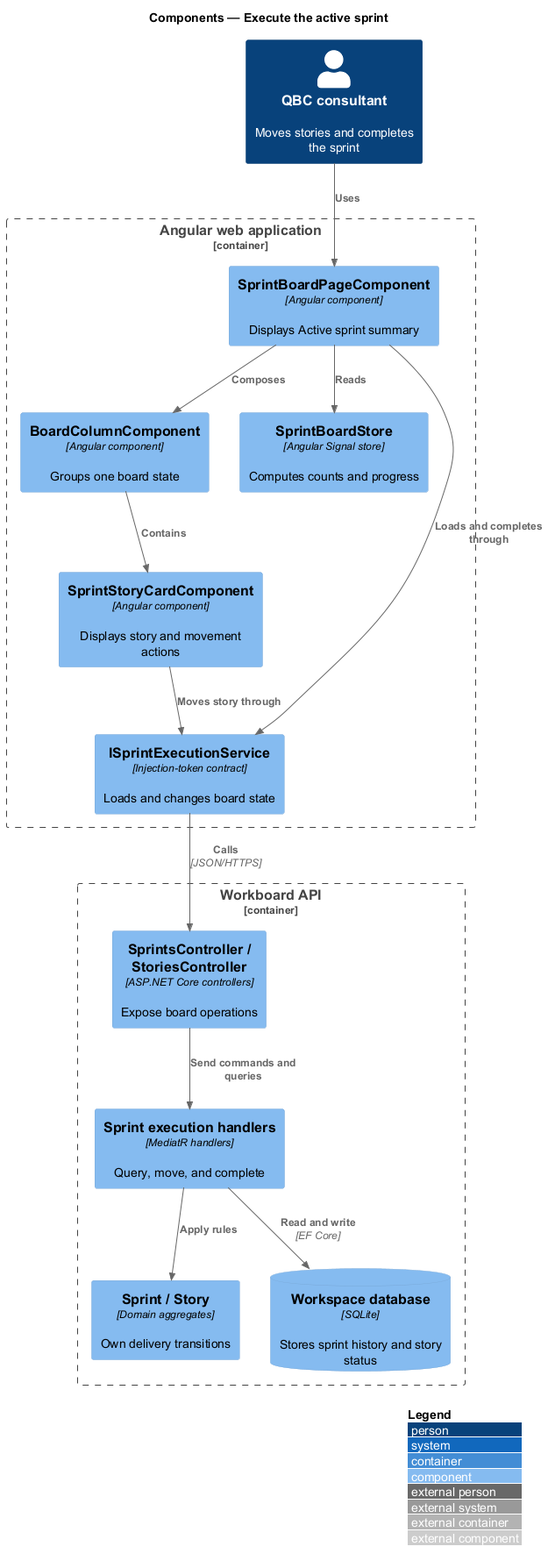
QuinntyneBrown/quinntyne-brown-consulting keeps this PlantUML diagram as docs/detailed-designs/delivery/execute-active-sprint/diagrams/c4-component.png. Above is the earlier version. Source of this version:
```plantuml
@startuml
!include <C4/C4_Component>
LAYOUT_WITH_LEGEND()
title Components — Execute the active sprint

Person(consultant, "QBC consultant", "Moves stories and completes the sprint")
Container_Boundary(spa, "Angular web application") {
  Component(page, "SprintBoardPageComponent", "Angular component", "Displays Active sprint summary")
  Component(column, "BoardColumnComponent", "Angular component", "Groups one board state")
  Component(card, "SprintStoryCardComponent", "Angular component", "Displays story and movement actions")
  Component(store, "SprintBoardStore", "Angular Signal store", "Computes counts and progress")
  Component(service, "ISprintExecutionService", "Injection-token contract", "Loads and changes board state")
}
Container_Boundary(api, "Workboard API") {
  Component(controllers, "SprintsController / StoriesController", "ASP.NET Core controllers", "Expose board operations")
  Component(handlers, "Sprint execution handlers", "MediatR handlers", "Query, move, and complete")
  Component(aggregates, "Sprint / Story", "Domain aggregates", "Own delivery transitions")
  ComponentDb(db, "Workspace database", "SQLite", "Stores sprint history and story status")
}

Rel(consultant, page, "Uses")
Rel(page, column, "Composes")
Rel(column, card, "Contains")
Rel(page, store, "Reads")
Rel(card, service, "Moves story through")
Rel(page, service, "Loads and completes through")
Rel(service, controllers, "Calls", "JSON/HTTPS")
Rel(controllers, handlers, "Send commands and queries")
Rel(handlers, aggregates, "Apply rules")
Rel(handlers, db, "Read and write", "EF Core")
@enduml
```
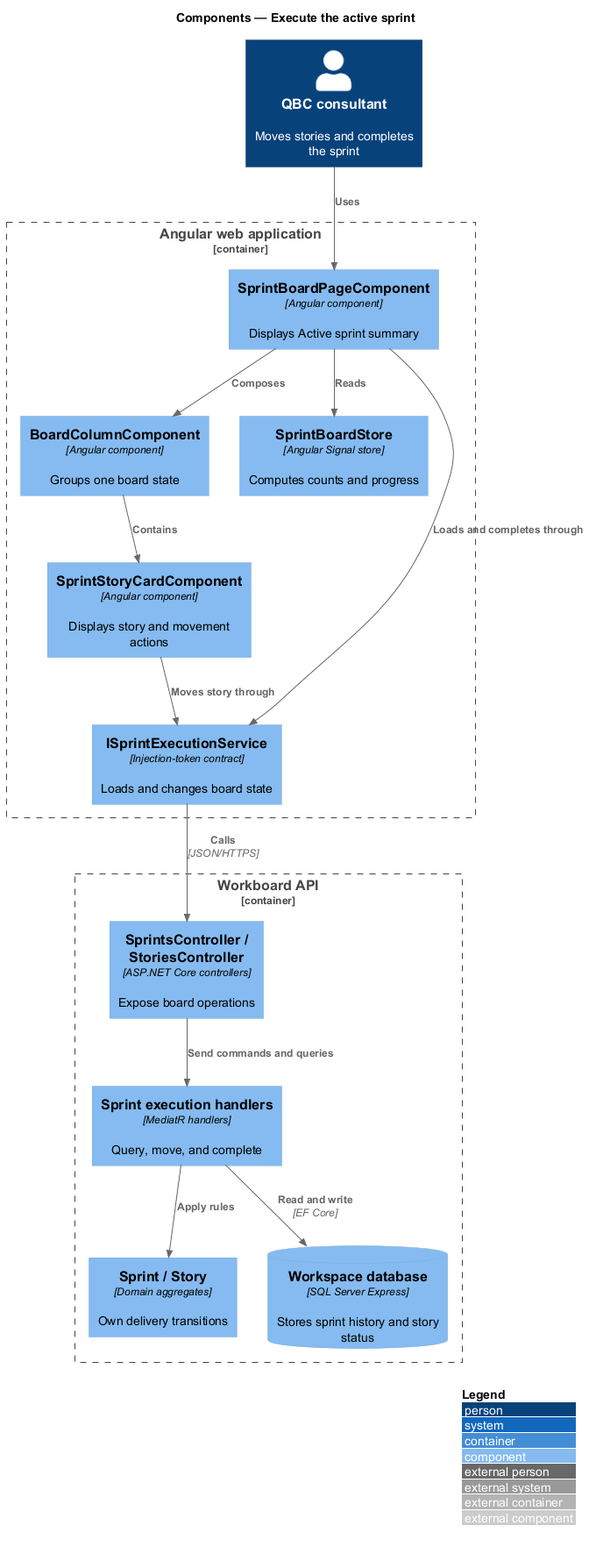
The same diagram one commit later.

The edit, as a diff of the source:
```diff
@@ -15,7 +15,7 @@
   Component(controllers, "SprintsController / StoriesController", "ASP.NET Core controllers", "Expose board operations")
   Component(handlers, "Sprint execution handlers", "MediatR handlers", "Query, move, and complete")
   Component(aggregates, "Sprint / Story", "Domain aggregates", "Own delivery transitions")
-  ComponentDb(db, "Workspace database", "SQLite", "Stores sprint history and story status")
+  ComponentDb(db, "Workspace database", "SQL Server Express", "Stores sprint history and story status")
 }
 
 Rel(consultant, page, "Uses")
```
